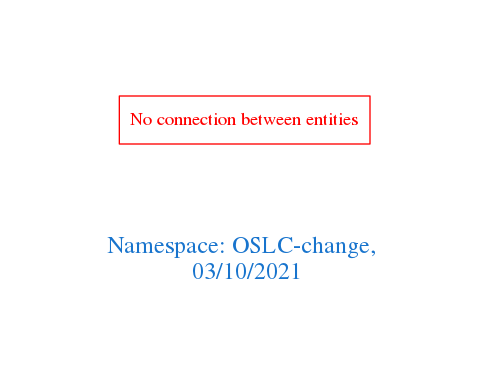
Above: downloads/OSLC-change.png in arago/OGIT (Graphviz), before the change. Its source is kept beside it as downloads/OSLC-change.dot.
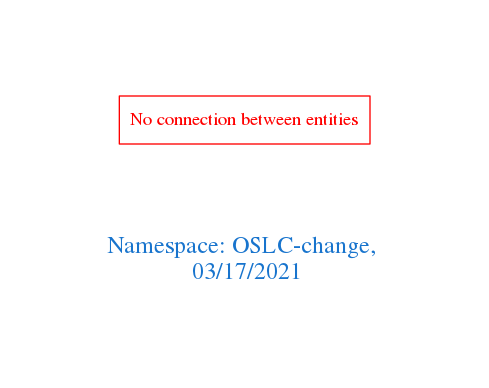
After the change.

Change to the diagram source:
```diff
@@ -1,7 +1,7 @@
 digraph OGIT_ontology {
  graph [ rankdir= LR,pad=1
 fontsize = 18,
-fontcolor= dodgerblue3,label = "\n\n\nNamespace: OSLC-change, \n 03/10/2021"];
+fontcolor= dodgerblue3,label = "\n\n\nNamespace: OSLC-change, \n 03/17/2021"];
 node[shape=polygon];
 edge [  color="gray81"];
 
```
